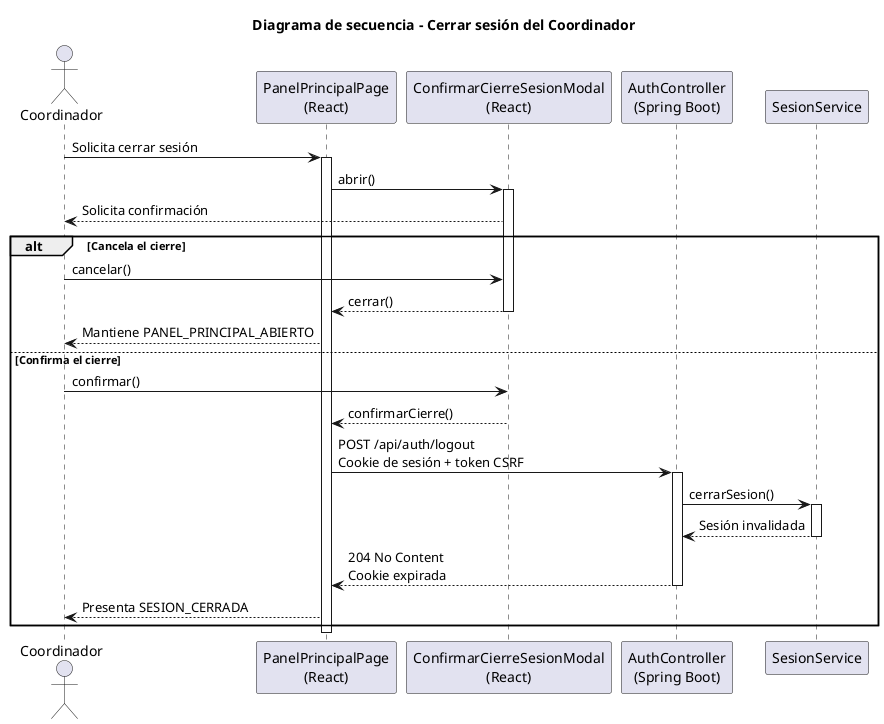
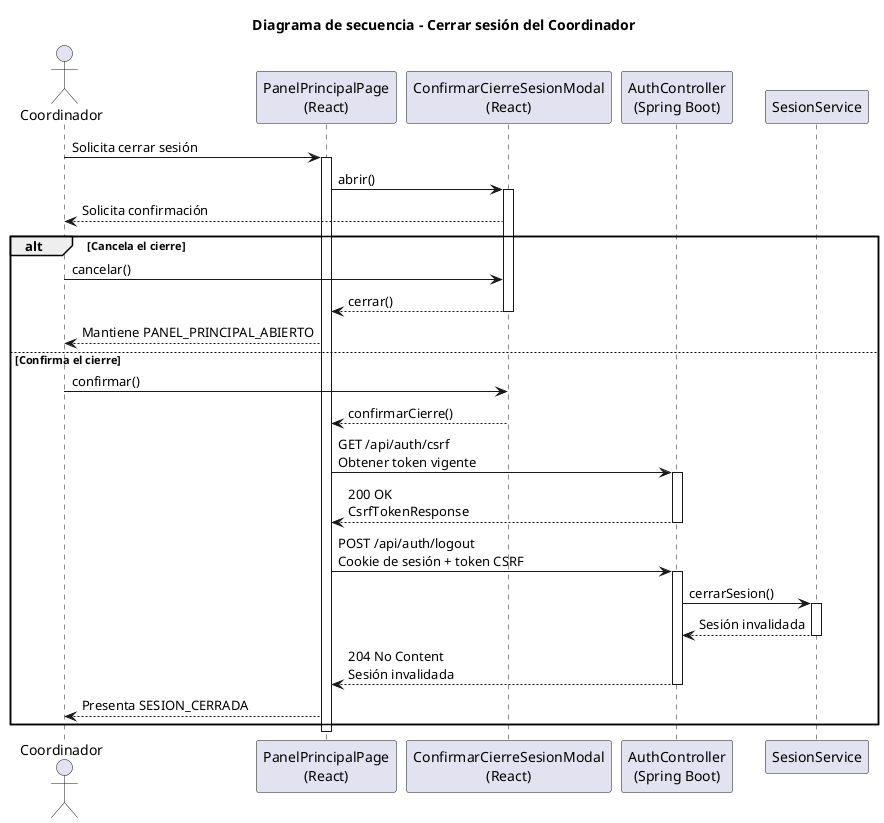
@startuml cerrarSesion-coordinador-diseño
title Diagrama de secuencia - Cerrar sesión del Coordinador

actor Coordinador
participant "PanelPrincipalPage\n(React)" as Frontend
participant "ConfirmarCierreSesionModal\n(React)" as Modal
participant "AuthController\n(Spring Boot)" as Api
participant "SesionService" as Sesion

Coordinador -> Frontend: Solicita cerrar sesión
activate Frontend
Frontend -> Modal: abrir()
activate Modal
Modal --> Coordinador: Solicita confirmación

alt Cancela el cierre
    Coordinador -> Modal: cancelar()
    Modal --> Frontend: cerrar()
    deactivate Modal
    Frontend --> Coordinador: Mantiene PANEL_PRINCIPAL_ABIERTO
else Confirma el cierre
    Coordinador -> Modal: confirmar()
    Modal --> Frontend: confirmarCierre()
    deactivate Modal
+     Frontend -> Api: GET /api/auth/csrf\nObtener token vigente
+     activate Api
+     Api --> Frontend: 200 OK\nCsrfTokenResponse
+     deactivate Api
    Frontend -> Api: POST /api/auth/logout\nCookie de sesión + token CSRF
    activate Api
    Api -> Sesion: cerrarSesion()
    activate Sesion
    Sesion --> Api: Sesión invalidada
    deactivate Sesion
-     Api --> Frontend: 204 No Content\nCookie expirada
+     Api --> Frontend: 204 No Content\nSesión invalidada
    deactivate Api
    Frontend --> Coordinador: Presenta SESION_CERRADA
end
deactivate Frontend

@enduml
